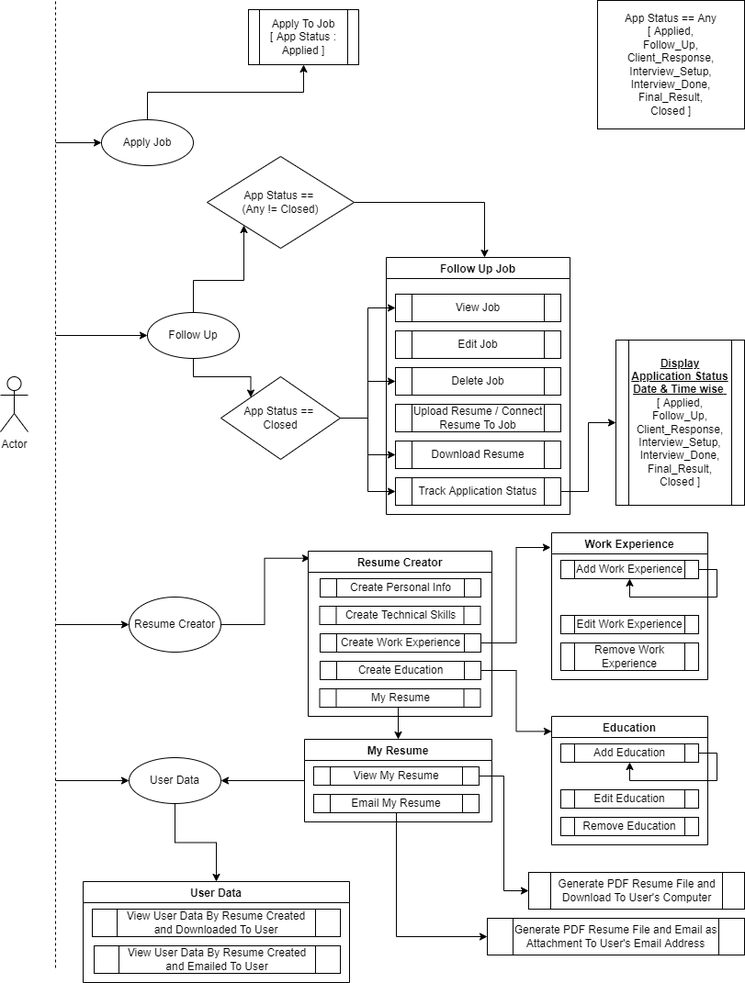
Before: Job-Application-MGT/DB-Dia/System-Dia.png, a diagram exported from draw.io (chicupatel-developer/Job-Application-MGT). Source tidied: cells renumbered, new cells last; positions are measured from the earlier drawing's top-left corner, leaving out a move shared by most shapes.
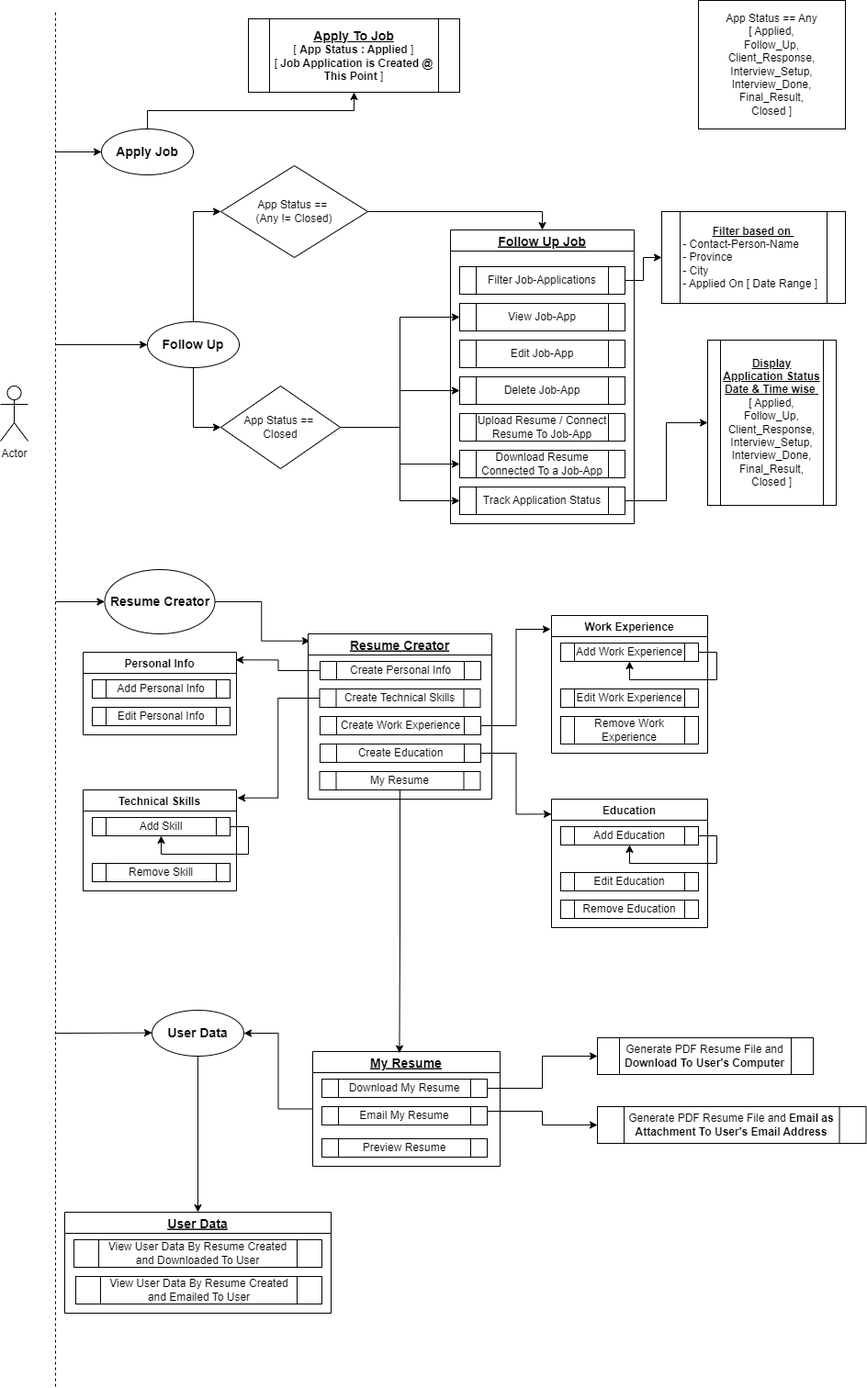
Later version of the same file.

Diff of the diagram source:
```diff
@@ -6,3 +6,3 @@
       <mxGeometry relative="1" as="geometry">
-        <mxPoint x="60" y="1054" as="sourcePoint" />
+        <mxPoint x="60" y="1500" as="sourcePoint" />
         <mxPoint x="60" as="targetPoint" />
@@ -16,12 +16,12 @@
     </mxCell>
-    <mxCell id="5" value="Apply Job" style="ellipse;whiteSpace=wrap;html=1;" parent="1" vertex="1">
+    <mxCell id="5" value="&lt;b&gt;&lt;font style=&quot;font-size: 14px;&quot;&gt;Apply Job&lt;/font&gt;&lt;/b&gt;" style="ellipse;whiteSpace=wrap;html=1;" parent="1" vertex="1">
       <mxGeometry x="110" y="130" width="100" height="50" as="geometry" />
     </mxCell>
+    <mxCell id="7" style="edgeStyle=orthogonalEdgeStyle;rounded=0;jettySize=auto;html=1;exitX=0.5;exitY=1;exitDx=0;exitDy=0;entryX=0;entryY=0.5;entryDx=0;entryDy=0;fontSize=14;" parent="1" edge="1" source="8" target="26">
+      <mxGeometry relative="1" as="geometry" />
+    </mxCell>
-    <mxCell id="6" style="edgeStyle=orthogonalEdgeStyle;rounded=0;jettySize=auto;html=1;exitX=0.5;exitY=0;exitDx=0;exitDy=0;entryX=0;entryY=1;entryDx=0;entryDy=0;" parent="1" edge="1" source="8" target="28">
+    <mxCell id="6" style="edgeStyle=orthogonalEdgeStyle;rounded=0;jettySize=auto;html=1;exitX=0.5;exitY=0;exitDx=0;exitDy=0;entryX=0;entryY=0.5;entryDx=0;entryDy=0;fontSize=14;" parent="1" edge="1" source="8" target="28">
       <mxGeometry relative="1" as="geometry" />
     </mxCell>
-    <mxCell id="7" style="edgeStyle=orthogonalEdgeStyle;rounded=0;jettySize=auto;html=1;exitX=0.5;exitY=1;exitDx=0;exitDy=0;entryX=0;entryY=0;entryDx=0;entryDy=0;" parent="1" edge="1" source="8" target="26">
-      <mxGeometry relative="1" as="geometry" />
-    </mxCell>
-    <mxCell id="8" value="Follow Up" style="ellipse;whiteSpace=wrap;html=1;" parent="1" vertex="1">
+    <mxCell id="8" value="&lt;b&gt;&lt;font style=&quot;font-size: 14px;&quot;&gt;Follow Up&lt;/font&gt;&lt;/b&gt;" style="ellipse;whiteSpace=wrap;html=1;" parent="1" vertex="1">
       <mxGeometry x="160" y="340" width="100" height="50" as="geometry" />
@@ -31,4 +31,4 @@
     </mxCell>
-    <mxCell id="10" value="Resume Creator" style="ellipse;whiteSpace=wrap;html=1;" parent="1" vertex="1">
-      <mxGeometry x="140" y="650" width="100" height="60" as="geometry" />
+    <mxCell id="10" value="&lt;b&gt;&lt;font style=&quot;font-size: 14px;&quot;&gt;Resume Creator&lt;/font&gt;&lt;/b&gt;" style="ellipse;whiteSpace=wrap;html=1;" parent="1" vertex="1">
+      <mxGeometry x="113.5" y="610" width="120" height="70" as="geometry" />
     </mxCell>
@@ -37,31 +37,34 @@
     </mxCell>
-    <mxCell id="12" value="User Data" style="ellipse;whiteSpace=wrap;html=1;" parent="1" vertex="1">
-      <mxGeometry x="140" y="825" width="100" height="50" as="geometry" />
+    <mxCell id="12" value="&lt;b&gt;&lt;font style=&quot;font-size: 14px;&quot;&gt;User Data&lt;/font&gt;&lt;/b&gt;" style="ellipse;whiteSpace=wrap;html=1;" parent="1" vertex="1">
+      <mxGeometry x="165" y="1090" width="100" height="50" as="geometry" />
     </mxCell>
-    <mxCell id="13" value="Apply To Job&lt;br&gt;[ App Status : Applied ]" style="shape=process;whiteSpace=wrap;html=1;backgroundOutline=1;" parent="1" vertex="1">
-      <mxGeometry x="270" y="10" width="120" height="60" as="geometry" />
+    <mxCell id="13" value="&lt;b&gt;&lt;u&gt;&lt;font style=&quot;font-size: 14px;&quot;&gt;Apply To Job&lt;/font&gt;&lt;/u&gt;&lt;/b&gt;&lt;br&gt;[ &lt;b&gt;App Status : Applied&lt;/b&gt; ]&lt;br&gt;[ &lt;b&gt;Job Application is Created @ This Point&lt;/b&gt; ]" style="shape=process;whiteSpace=wrap;html=1;backgroundOutline=1;" parent="1" vertex="1">
+      <mxGeometry x="270" y="10" width="230" height="80" as="geometry" />
     </mxCell>
-    <mxCell id="14" value="Follow Up Job" style="swimlane;" parent="1" vertex="1">
-      <mxGeometry x="420" y="280" width="200" height="280" as="geometry" />
+    <mxCell id="14" value="Follow Up Job" style="swimlane;fontStyle=5;fontSize=14;" parent="1" vertex="1">
+      <mxGeometry x="490" y="240" width="200" height="320" as="geometry" />
     </mxCell>
-    <mxCell id="15" value="View Job" style="shape=process;whiteSpace=wrap;html=1;backgroundOutline=1;" parent="14" vertex="1">
-      <mxGeometry x="10" y="40" width="180" height="30" as="geometry" />
+    <mxCell id="15" value="View Job-App" style="shape=process;whiteSpace=wrap;html=1;backgroundOutline=1;" parent="14" vertex="1">
+      <mxGeometry x="10" y="80" width="180" height="30" as="geometry" />
     </mxCell>
-    <mxCell id="16" value="Edit Job" style="shape=process;whiteSpace=wrap;html=1;backgroundOutline=1;" parent="14" vertex="1">
-      <mxGeometry x="10" y="80" width="180" height="30" as="geometry" />
+    <mxCell id="16" value="Edit Job-App" style="shape=process;whiteSpace=wrap;html=1;backgroundOutline=1;" parent="14" vertex="1">
+      <mxGeometry x="10" y="120" width="180" height="30" as="geometry" />
     </mxCell>
-    <mxCell id="17" value="Delete Job" style="shape=process;whiteSpace=wrap;html=1;backgroundOutline=1;" parent="14" vertex="1">
-      <mxGeometry x="10" y="120" width="180" height="30" as="geometry" />
+    <mxCell id="17" value="Delete Job-App" style="shape=process;whiteSpace=wrap;html=1;backgroundOutline=1;" parent="14" vertex="1">
+      <mxGeometry x="10" y="160" width="180" height="30" as="geometry" />
     </mxCell>
-    <mxCell id="18" value="Upload Resume / Connect Resume To Job" style="shape=process;whiteSpace=wrap;html=1;backgroundOutline=1;" parent="14" vertex="1">
-      <mxGeometry x="10" y="160" width="180" height="30" as="geometry" />
+    <mxCell id="18" value="Upload Resume / Connect Resume To Job-App" style="shape=process;whiteSpace=wrap;html=1;backgroundOutline=1;" parent="14" vertex="1">
+      <mxGeometry x="10" y="200" width="180" height="30" as="geometry" />
     </mxCell>
-    <mxCell id="19" value="Download Resume" style="shape=process;whiteSpace=wrap;html=1;backgroundOutline=1;" parent="14" vertex="1">
-      <mxGeometry x="10" y="200" width="180" height="30" as="geometry" />
+    <mxCell id="19" value="Download Resume Connected To a Job-App" style="shape=process;whiteSpace=wrap;html=1;backgroundOutline=1;" parent="14" vertex="1">
+      <mxGeometry x="10" y="240" width="180" height="30" as="geometry" />
     </mxCell>
     <mxCell id="20" value="Track Application Status" style="shape=process;whiteSpace=wrap;html=1;backgroundOutline=1;" parent="14" vertex="1">
-      <mxGeometry x="10" y="240" width="180" height="30" as="geometry" />
+      <mxGeometry x="10" y="280" width="180" height="30" as="geometry" />
     </mxCell>
+    <mxCell id="65" value="Filter Job-Applications" style="shape=process;whiteSpace=wrap;html=1;backgroundOutline=1;" parent="14" vertex="1">
+      <mxGeometry x="10" y="40" width="180" height="30" as="geometry" />
+    </mxCell>
     <mxCell id="21" value="&lt;u&gt;&lt;b&gt;Display Application Status Date &amp;amp; Time wise&lt;/b&gt;&amp;nbsp;&lt;br&gt;&lt;/u&gt;[ Applied,&lt;br&gt;Follow_Up,&lt;br&gt;Client_Response,&lt;br&gt;Interview_Setup,&lt;br&gt;Interview_Done,&lt;br&gt;Final_Result,&lt;br&gt;Closed ]" style="shape=process;whiteSpace=wrap;html=1;backgroundOutline=1;" parent="1" vertex="1">
-      <mxGeometry x="670" y="370" width="140" height="180" as="geometry" />
+      <mxGeometry x="770" y="360" width="140" height="180" as="geometry" />
     </mxCell>
@@ -82,12 +85,10 @@
     </mxCell>
-    <mxCell id="27" style="edgeStyle=orthogonalEdgeStyle;rounded=0;jettySize=auto;html=1;exitX=1;exitY=0.5;exitDx=0;exitDy=0;" parent="1" edge="1" source="28">
-      <mxGeometry relative="1" as="geometry">
-        <mxPoint x="527" y="280" as="targetPoint" />
-      </mxGeometry>
-    </mxCell>
+    <mxCell id="66" style="edgeStyle=orthogonalEdgeStyle;rounded=0;jettySize=auto;html=1;exitX=1;exitY=0.5;exitDx=0;exitDy=0;entryX=0.5;entryY=0;entryDx=0;entryDy=0;fontSize=14;" parent="1" edge="1" source="28" target="14">
+      <mxGeometry relative="1" as="geometry" />
+    </mxCell>
     <mxCell id="28" value="App Status ==&amp;nbsp;&lt;br&gt;(Any != Closed)" style="rhombus;whiteSpace=wrap;html=1;" parent="1" vertex="1">
-      <mxGeometry x="225" y="170" width="160" height="100" as="geometry" />
+      <mxGeometry x="240" y="170" width="160" height="100" as="geometry" />
     </mxCell>
     <mxCell id="29" value="App Status == Any&lt;br&gt;[ Applied,&lt;br&gt;Follow_Up,&lt;br&gt;Client_Response,&lt;br&gt;Interview_Setup,&lt;br&gt;Interview_Done,&lt;br&gt;Final_Result,&lt;br&gt;Closed ]" style="rounded=0;whiteSpace=wrap;html=1;" parent="1" vertex="1">
-      <mxGeometry x="650" width="160" height="140" as="geometry" />
+      <mxGeometry x="760" y="-10" width="160" height="140" as="geometry" />
     </mxCell>
@@ -96,4 +97,4 @@
     </mxCell>
-    <mxCell id="31" value="Resume Creator" style="swimlane;" parent="1" vertex="1">
-      <mxGeometry x="335" y="600" width="200" height="180" as="geometry" />
+    <mxCell id="31" value="Resume Creator" style="swimlane;fontStyle=5;fontSize=14;" parent="1" vertex="1">
+      <mxGeometry x="335" y="680" width="200" height="180" as="geometry" />
     </mxCell>
@@ -114,4 +115,4 @@
     </mxCell>
-    <mxCell id="37" value="Work Experience" style="swimlane;" parent="1" vertex="1">
-      <mxGeometry x="600" y="580" width="170" height="160" as="geometry" />
+    <mxCell id="37" value="Work Experience" style="swimlane;fontStyle=1;startSize=23;" parent="1" vertex="1">
+      <mxGeometry x="600" y="660" width="170" height="150" as="geometry" />
     </mxCell>
@@ -121,6 +122,6 @@
     <mxCell id="39" value="Edit Work Experience" style="shape=process;whiteSpace=wrap;html=1;backgroundOutline=1;" parent="37" vertex="1">
-      <mxGeometry x="10" y="90" width="150" height="20" as="geometry" />
+      <mxGeometry x="10" y="80" width="150" height="20" as="geometry" />
     </mxCell>
     <mxCell id="40" value="Remove Work Experience" style="shape=process;whiteSpace=wrap;html=1;backgroundOutline=1;" parent="37" vertex="1">
-      <mxGeometry x="10" y="120" width="150" height="30" as="geometry" />
+      <mxGeometry x="10" y="110" width="150" height="30" as="geometry" />
     </mxCell>
@@ -130,3 +131,3 @@
     <mxCell id="42" value="Education" style="swimlane;" parent="1" vertex="1">
-      <mxGeometry x="600" y="780" width="170" height="140" as="geometry" />
+      <mxGeometry x="600" y="860" width="170" height="140" as="geometry" />
     </mxCell>
@@ -155,8 +156,2 @@
     </mxCell>
-    <mxCell id="50" style="endArrow=classic;html=1;rounded=0;" parent="1" edge="1">
-      <mxGeometry relative="1" as="geometry">
-        <mxPoint x="60" y="680" as="sourcePoint" />
-        <mxPoint x="140" y="680" as="targetPoint" />
-      </mxGeometry>
-    </mxCell>
     <mxCell id="51" style="edgeStyle=orthogonalEdgeStyle;rounded=0;jettySize=auto;html=1;exitX=0;exitY=0.5;exitDx=0;exitDy=0;entryX=1;entryY=0.5;entryDx=0;entryDy=0;" parent="1" edge="1" source="52" target="12">
@@ -164,6 +159,6 @@
     </mxCell>
-    <mxCell id="52" value="My Resume" style="swimlane;" parent="1" vertex="1">
-      <mxGeometry x="331" y="805" width="204" height="90" as="geometry" />
+    <mxCell id="52" value="My Resume" style="swimlane;fontSize=14;fontStyle=5;" parent="1" vertex="1">
+      <mxGeometry x="340" y="1135" width="204" height="125" as="geometry" />
     </mxCell>
-    <mxCell id="53" value="View My Resume" style="shape=process;whiteSpace=wrap;html=1;backgroundOutline=1;" parent="52" vertex="1">
+    <mxCell id="53" value="Download My Resume" style="shape=process;whiteSpace=wrap;html=1;backgroundOutline=1;" parent="52" vertex="1">
       <mxGeometry x="10" y="30" width="180" height="20" as="geometry" />
@@ -173,4 +168,7 @@
     </mxCell>
+    <mxCell id="67" value="Preview Resume" style="shape=process;whiteSpace=wrap;html=1;backgroundOutline=1;" parent="52" vertex="1">
+      <mxGeometry x="10" y="95" width="180" height="20" as="geometry" />
+    </mxCell>
-    <mxCell id="55" value="User Data" style="swimlane;" parent="1" vertex="1">
-      <mxGeometry x="90" y="960" width="290" height="110" as="geometry" />
+    <mxCell id="55" value="User Data" style="swimlane;fontStyle=5;fontSize=14;" parent="1" vertex="1">
+      <mxGeometry x="70" y="1310" width="290" height="110" as="geometry" />
     </mxCell>
@@ -189,8 +187,8 @@
       <mxGeometry relative="1" as="geometry">
-        <mxPoint x="60" y="850" as="sourcePoint" />
-        <mxPoint x="140" y="850" as="targetPoint" />
+        <mxPoint x="60" y="1115" as="sourcePoint" />
+        <mxPoint x="165" y="1114.6" as="targetPoint" />
       </mxGeometry>
     </mxCell>
-    <mxCell id="60" value="Generate PDF Resume File and Download To User's Computer" style="shape=process;whiteSpace=wrap;html=1;backgroundOutline=1;" parent="1" vertex="1">
-      <mxGeometry x="575" y="950" width="235" height="40" as="geometry" />
+    <mxCell id="60" value="Generate PDF Resume File and &lt;b&gt;Download To User's Computer&lt;/b&gt;" style="shape=process;whiteSpace=wrap;html=1;backgroundOutline=1;" parent="1" vertex="1">
+      <mxGeometry x="650" y="1120" width="235" height="40" as="geometry" />
     </mxCell>
@@ -199,11 +197,49 @@
     </mxCell>
-    <mxCell id="62" value="Generate PDF Resume File and Email as Attachment To User's Email Address" style="shape=process;whiteSpace=wrap;html=1;backgroundOutline=1;" parent="1" vertex="1">
-      <mxGeometry x="530" y="1000" width="280" height="40" as="geometry" />
+    <mxCell id="62" value="Generate PDF Resume File and &lt;b&gt;Email as Attachment To User's Email Address&lt;/b&gt;" style="shape=process;whiteSpace=wrap;html=1;backgroundOutline=1;" parent="1" vertex="1">
+      <mxGeometry x="650" y="1195" width="292.5" height="40" as="geometry" />
     </mxCell>
+    <mxCell id="68" value="&lt;b&gt;&lt;u&gt;Filter based on&amp;nbsp;&lt;br&gt;&lt;/u&gt;&lt;/b&gt;&lt;div style=&quot;text-align: left;&quot;&gt;&lt;span style=&quot;background-color: initial;&quot;&gt;- Contact-Person-Name&lt;/span&gt;&lt;/div&gt;&lt;div style=&quot;text-align: left;&quot;&gt;&lt;span style=&quot;background-color: initial;&quot;&gt;- Province&lt;/span&gt;&lt;/div&gt;&lt;div style=&quot;text-align: left;&quot;&gt;&lt;span style=&quot;background-color: initial;&quot;&gt;- City&lt;/span&gt;&lt;/div&gt;&lt;div style=&quot;text-align: left;&quot;&gt;&lt;span style=&quot;background-color: initial;&quot;&gt;- Applied On [ Date Range ]&amp;nbsp;&amp;nbsp;&lt;/span&gt;&lt;/div&gt;" style="shape=process;whiteSpace=wrap;html=1;backgroundOutline=1;" parent="1" vertex="1">
+      <mxGeometry x="720" y="220" width="200" height="100" as="geometry" />
+    </mxCell>
+    <mxCell id="69" value="Technical Skills" style="swimlane;" parent="1" vertex="1">
+      <mxGeometry x="90" y="850" width="167" height="110" as="geometry" />
+    </mxCell>
+    <mxCell id="70" value="Add Skill" style="shape=process;whiteSpace=wrap;html=1;backgroundOutline=1;" parent="69" vertex="1">
+      <mxGeometry x="10" y="30" width="150" height="20" as="geometry" />
+    </mxCell>
+    <mxCell id="71" value="Remove Skill" style="shape=process;whiteSpace=wrap;html=1;backgroundOutline=1;" parent="69" vertex="1">
+      <mxGeometry x="10" y="80" width="150" height="20" as="geometry" />
+    </mxCell>
+    <mxCell id="72" style="edgeStyle=orthogonalEdgeStyle;rounded=0;orthogonalLoop=1;jettySize=auto;html=1;exitX=1;exitY=0.5;exitDx=0;exitDy=0;entryX=0.5;entryY=1;entryDx=0;entryDy=0;" parent="69" edge="1" source="70" target="70">
+      <mxGeometry relative="1" as="geometry" />
+    </mxCell>
+    <mxCell id="73" style="edgeStyle=orthogonalEdgeStyle;rounded=0;jettySize=auto;html=1;exitX=0;exitY=0.5;exitDx=0;exitDy=0;entryX=1.006;entryY=0.079;entryDx=0;entryDy=0;entryPerimeter=0;" parent="1" edge="1" source="33" target="69">
+      <mxGeometry relative="1" as="geometry" />
+    </mxCell>
+    <mxCell id="64" style="edgeStyle=orthogonalEdgeStyle;rounded=0;jettySize=auto;html=1;exitX=1;exitY=0.25;exitDx=0;exitDy=0;entryX=0;entryY=0.5;entryDx=0;entryDy=0;" parent="1" edge="1" source="54" target="62">
+      <mxGeometry relative="1" as="geometry" />
+    </mxCell>
-    <mxCell id="63" style="edgeStyle=orthogonalEdgeStyle;rounded=0;jettySize=auto;html=1;exitX=0.5;exitY=1;exitDx=0;exitDy=0;entryX=0.5;entryY=0;entryDx=0;entryDy=0;" parent="1" edge="1" source="36" target="52">
+    <mxCell id="63" style="edgeStyle=orthogonalEdgeStyle;rounded=0;jettySize=auto;html=1;exitX=0.5;exitY=1;exitDx=0;exitDy=0;entryX=0.463;entryY=0.013;entryDx=0;entryDy=0;entryPerimeter=0;fontSize=14;" parent="1" edge="1" source="36" target="52">
       <mxGeometry relative="1" as="geometry" />
     </mxCell>
-    <mxCell id="64" style="edgeStyle=orthogonalEdgeStyle;rounded=0;jettySize=auto;html=1;exitX=0.5;exitY=1;exitDx=0;exitDy=0;entryX=0;entryY=0.5;entryDx=0;entryDy=0;" parent="1" edge="1" source="54" target="62">
-      <mxGeometry relative="1" as="geometry" />
-    </mxCell>
+    <mxCell id="74" value="Personal Info" style="swimlane;" parent="1" vertex="1">
+      <mxGeometry x="90" y="700" width="167" height="90" as="geometry" />
+    </mxCell>
+    <mxCell id="75" value="Add Personal Info" style="shape=process;whiteSpace=wrap;html=1;backgroundOutline=1;" parent="74" vertex="1">
+      <mxGeometry x="10" y="30" width="150" height="20" as="geometry" />
+    </mxCell>
+    <mxCell id="76" value="Edit Personal Info" style="shape=process;whiteSpace=wrap;html=1;backgroundOutline=1;" parent="74" vertex="1">
+      <mxGeometry x="10" y="60" width="150" height="20" as="geometry" />
+    </mxCell>
+    <mxCell id="77" style="edgeStyle=orthogonalEdgeStyle;rounded=0;jettySize=auto;html=1;exitX=0;exitY=0.5;exitDx=0;exitDy=0;entryX=0.995;entryY=0.093;entryDx=0;entryDy=0;entryPerimeter=0;fontSize=14;" parent="1" edge="1" source="32" target="74">
+      <mxGeometry relative="1" as="geometry" />
+    </mxCell>
+    <mxCell id="78" style="edgeStyle=orthogonalEdgeStyle;rounded=0;jettySize=auto;html=1;exitX=1;exitY=0.5;exitDx=0;exitDy=0;entryX=0;entryY=0.5;entryDx=0;entryDy=0;fontSize=14;" parent="1" edge="1" source="65" target="68">
+      <mxGeometry relative="1" as="geometry" />
+    </mxCell>
+    <mxCell id="79" style="endArrow=classic;html=1;rounded=0;fontSize=14;entryX=0;entryY=0.5;entryDx=0;entryDy=0;" parent="1" edge="1" target="10">
+      <mxGeometry relative="1" as="geometry">
+        <mxPoint x="60" y="645" as="sourcePoint" />
+      </mxGeometry>
+    </mxCell>
   </root>
```
